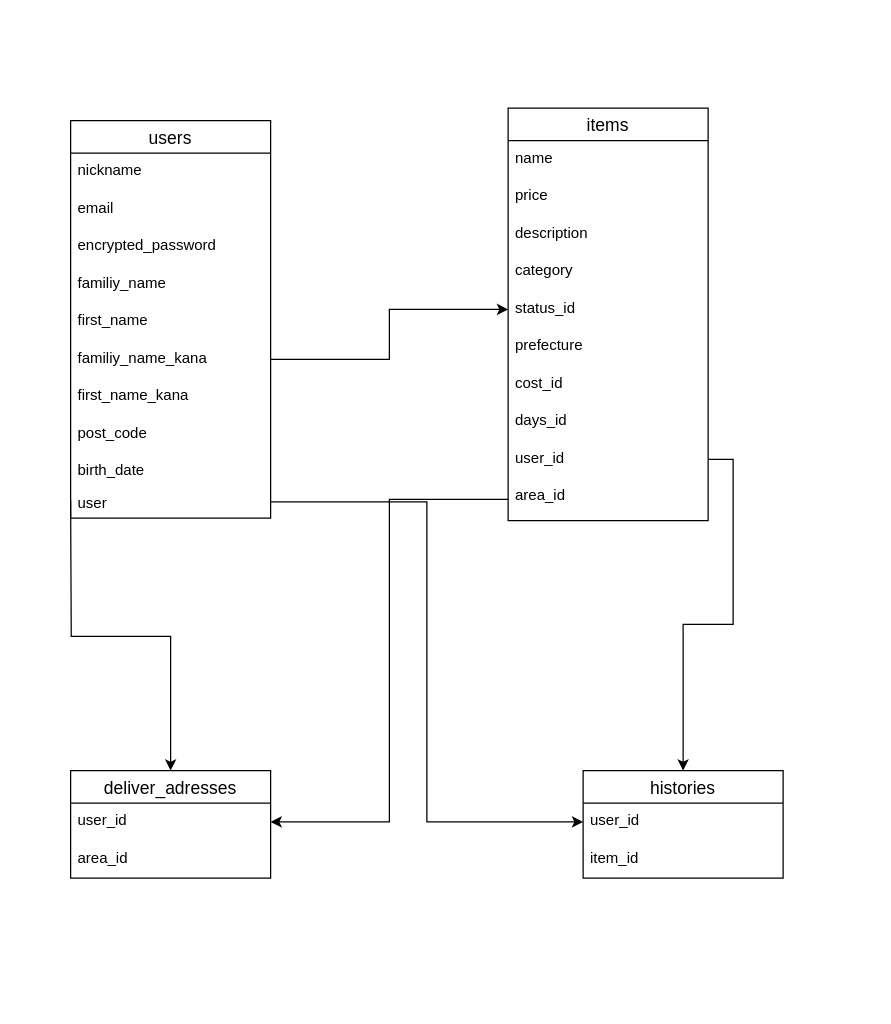
Above: furima.dio in aki1239/furima-35563 (draw.io), before the change. Source tidied: cells renumbered, new cells numbered last; positions are measured from the earlier drawing's top-left corner, leaving out a move shared by most shapes. Both pictures are drawn from the tidied source at 125%, with x=0, y=0 at pixel (70, 108).
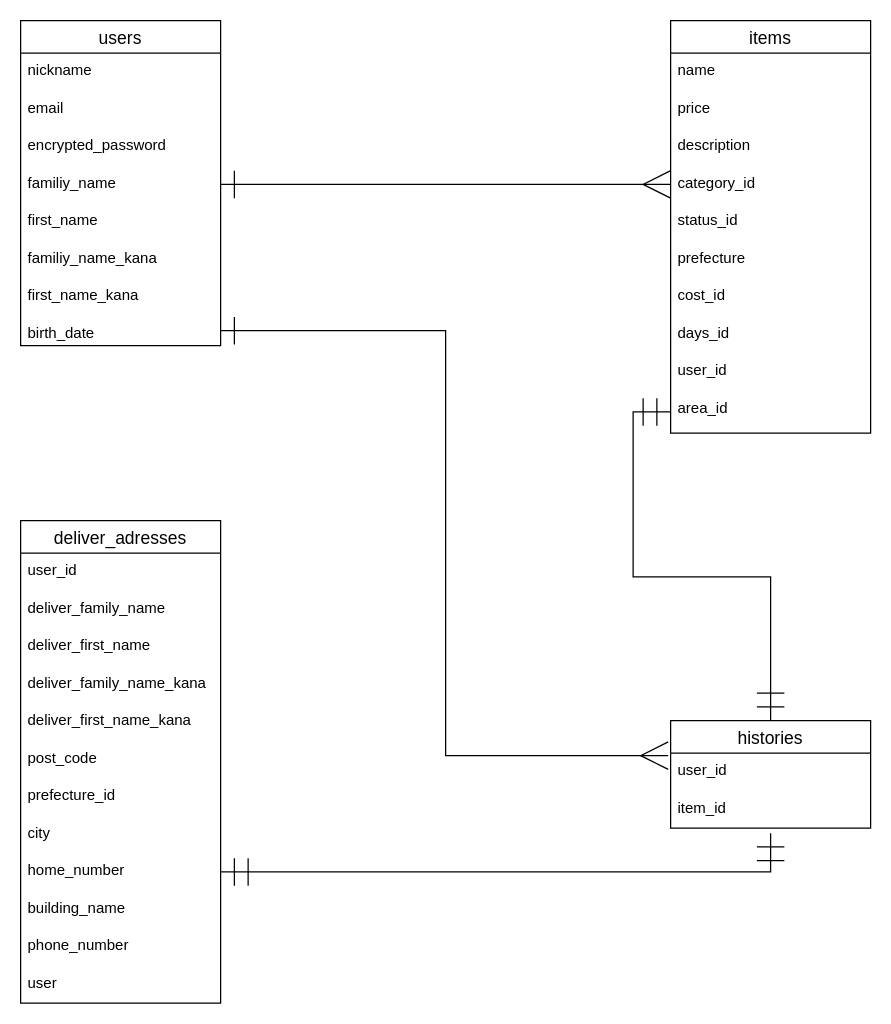
After the change.

Unchanged cells that the change refers to:
```xml
<mxCell id="6" value="familiy_name" style="text;strokeColor=none;fillColor=none;spacingLeft=4;spacingRight=4;overflow=hidden;points=[[0,0.5],[1,0.5]];portConstraint=eastwest;fontSize=12;" parent="2" vertex="1">
  <mxGeometry y="116" width="160" height="30" as="geometry" />
</mxCell>
<mxCell id="8" value="familiy_name_kana" style="text;strokeColor=none;fillColor=none;spacingLeft=4;spacingRight=4;overflow=hidden;points=[[0,0.5],[1,0.5]];portConstraint=eastwest;fontSize=12;" parent="2" vertex="1">
  <mxGeometry y="176" width="160" height="30" as="geometry" />
</mxCell>
<mxCell id="18" value="status_id" style="text;strokeColor=none;fillColor=none;spacingLeft=4;spacingRight=4;overflow=hidden;points=[[0,0.5],[1,0.5]];portConstraint=eastwest;fontSize=12;" parent="13" vertex="1">
  <mxGeometry y="146" width="160" height="30" as="geometry" />
</mxCell>
<mxCell id="22" value="user_id" style="text;strokeColor=none;fillColor=none;spacingLeft=4;spacingRight=4;overflow=hidden;points=[[0,0.5],[1,0.5]];portConstraint=eastwest;fontSize=12;" parent="13" vertex="1">
  <mxGeometry y="266" width="160" height="30" as="geometry" />
</mxCell>
<mxCell id="23" value="area_id" style="text;strokeColor=none;fillColor=none;spacingLeft=4;spacingRight=4;overflow=hidden;points=[[0,0.5],[1,0.5]];portConstraint=eastwest;fontSize=12;" parent="13" vertex="1">
  <mxGeometry y="296" width="160" height="34" as="geometry" />
</mxCell>
<mxCell id="26" value="user_id" style="text;strokeColor=none;fillColor=none;spacingLeft=4;spacingRight=4;overflow=hidden;points=[[0,0.5],[1,0.5]];portConstraint=eastwest;fontSize=12;" parent="25" vertex="1">
  <mxGeometry y="26" width="160" height="30" as="geometry" />
</mxCell>
<mxCell id="30" value="user_id" style="text;strokeColor=none;fillColor=none;spacingLeft=4;spacingRight=4;overflow=hidden;points=[[0,0.5],[1,0.5]];portConstraint=eastwest;fontSize=12;" parent="29" vertex="1">
  <mxGeometry y="26" width="160" height="30" as="geometry" />
</mxCell>
```

Change to the diagram source:
```diff
@@
     <mxCell id="2" value="users" style="swimlane;fontStyle=0;horizontal=1;startSize=26;align=center;fontSize=14;" parent="1" vertex="1">
-      <mxGeometry y="10" width="160" height="318" as="geometry" />
+      <mxGeometry x="-40" y="-70" width="160" height="260" as="geometry" />
     </mxCell>
@@
-    <mxCell id="10" value="post_code" style="text;strokeColor=none;fillColor=none;spacingLeft=4;spacingRight=4;overflow=hidden;fontSize=12;" parent="2" vertex="1">
-      <mxGeometry y="236" width="160" height="30" as="geometry" />
-    </mxCell>
     <mxCell id="11" value="birth_date" style="text;strokeColor=none;fillColor=none;spacingLeft=4;spacingRight=4;overflow=hidden;points=[[0,0.5],[1,0.5]];portConstraint=eastwest;fontSize=12;" parent="2" vertex="1">
-      <mxGeometry y="266" width="160" height="26" as="geometry" />
+      <mxGeometry y="236" width="160" height="24" as="geometry" />
     </mxCell>
-    <mxCell id="12" value="user" style="text;strokeColor=none;fillColor=none;spacingLeft=4;spacingRight=4;overflow=hidden;points=[[0,0.5],[1,0.5]];portConstraint=eastwest;fontSize=12;" parent="2" vertex="1">
-      <mxGeometry y="292" width="160" height="26" as="geometry" />
-    </mxCell>
     <mxCell id="13" value="items" style="swimlane;fontStyle=0;horizontal=1;startSize=26;align=center;fontSize=14;" parent="1" vertex="1">
-      <mxGeometry x="350" width="160" height="330" as="geometry" />
+      <mxGeometry x="480" y="-70" width="160" height="330" as="geometry" />
     </mxCell>
@@
-    <mxCell id="17" value="category" style="text;strokeColor=none;fillColor=none;spacingLeft=4;spacingRight=4;overflow=hidden;points=[[0,0.5],[1,0.5]];portConstraint=eastwest;fontSize=12;" parent="13" vertex="1">
+    <mxCell id="17" value="category_id" style="text;strokeColor=none;fillColor=none;spacingLeft=4;spacingRight=4;overflow=hidden;points=[[0,0.5],[1,0.5]];portConstraint=eastwest;fontSize=12;" parent="13" vertex="1">
       <mxGeometry y="116" width="160" height="30" as="geometry" />
     </mxCell>
@@
-    <mxCell id="24" style="edgeStyle=orthogonalEdgeStyle;rounded=0;jettySize=auto;html=1;entryX=0;entryY=0.5;entryDx=0;entryDy=0;" parent="1" edge="1" source="8" target="18">
-      <mxGeometry relative="1" as="geometry" />
-    </mxCell>
     <mxCell id="25" value="deliver_adresses" style="swimlane;fontStyle=0;horizontal=1;startSize=26;align=center;fontSize=14;" parent="1" vertex="1">
-      <mxGeometry y="530" width="160" height="86" as="geometry" />
+      <mxGeometry x="-40" y="330" width="160" height="386" as="geometry" />
     </mxCell>
@@
-    <mxCell id="27" value="area_id" style="text;strokeColor=none;fillColor=none;spacingLeft=4;spacingRight=4;overflow=hidden;fontSize=12;" parent="25" vertex="1">
+    <mxCell id="27" value="deliver_family_name" style="text;strokeColor=none;fillColor=none;spacingLeft=4;spacingRight=4;overflow=hidden;fontSize=12;" parent="25" vertex="1">
       <mxGeometry y="56" width="160" height="30" as="geometry" />
     </mxCell>
-    <mxCell id="28" style="edgeStyle=orthogonalEdgeStyle;rounded=0;jettySize=auto;html=1;entryX=0.5;entryY=0;entryDx=0;entryDy=0;" parent="1" edge="1" target="25">
-      <mxGeometry relative="1" as="geometry">
-        <mxPoint y="314" as="sourcePoint" />
-      </mxGeometry>
-    </mxCell>
+    <mxCell id="35" value="deliver_first_name " style="text;strokeColor=none;fillColor=none;spacingLeft=4;spacingRight=4;overflow=hidden;fontSize=12;" parent="25" vertex="1">
+      <mxGeometry y="86" width="160" height="30" as="geometry" />
+    </mxCell>
+    <mxCell id="36" value="deliver_family_name_kana" style="text;strokeColor=none;fillColor=none;spacingLeft=4;spacingRight=4;overflow=hidden;fontSize=12;" parent="25" vertex="1">
+      <mxGeometry y="116" width="160" height="30" as="geometry" />
+    </mxCell>
+    <mxCell id="37" value="deliver_first_name_kana " style="text;strokeColor=none;fillColor=none;spacingLeft=4;spacingRight=4;overflow=hidden;fontSize=12;" parent="25" vertex="1">
+      <mxGeometry y="146" width="160" height="30" as="geometry" />
+    </mxCell>
+    <mxCell id="10" value="post_code" style="text;strokeColor=none;fillColor=none;spacingLeft=4;spacingRight=4;overflow=hidden;fontSize=12;" parent="25" vertex="1">
+      <mxGeometry y="176" width="160" height="30" as="geometry" />
+    </mxCell>
+    <mxCell id="38" value="prefecture_id " style="text;strokeColor=none;fillColor=none;spacingLeft=4;spacingRight=4;overflow=hidden;fontSize=12;" parent="25" vertex="1">
+      <mxGeometry y="206" width="160" height="30" as="geometry" />
+    </mxCell>
+    <mxCell id="39" value="city &#10;" style="text;strokeColor=none;fillColor=none;spacingLeft=4;spacingRight=4;overflow=hidden;fontSize=12;" parent="25" vertex="1">
+      <mxGeometry y="236" width="160" height="30" as="geometry" />
+    </mxCell>
+    <mxCell id="40" value="home_number" style="text;strokeColor=none;fillColor=none;spacingLeft=4;spacingRight=4;overflow=hidden;points=[[0,0.5],[1,0.5]];portConstraint=eastwest;fontSize=12;" parent="25" vertex="1">
+      <mxGeometry y="266" width="160" height="30" as="geometry" />
+    </mxCell>
+    <mxCell id="41" value="building_name &#10;" style="text;strokeColor=none;fillColor=none;spacingLeft=4;spacingRight=4;overflow=hidden;fontSize=12;" parent="25" vertex="1">
+      <mxGeometry y="296" width="160" height="30" as="geometry" />
+    </mxCell>
+    <mxCell id="42" value="phone_number" style="text;strokeColor=none;fillColor=none;spacingLeft=4;spacingRight=4;overflow=hidden;fontSize=12;" parent="25" vertex="1">
+      <mxGeometry y="326" width="160" height="30" as="geometry" />
+    </mxCell>
+    <mxCell id="12" value="user" style="text;strokeColor=none;fillColor=none;spacingLeft=4;spacingRight=4;overflow=hidden;points=[[0,0.5],[1,0.5]];portConstraint=eastwest;fontSize=12;" parent="25" vertex="1">
+      <mxGeometry y="356" width="160" height="30" as="geometry" />
+    </mxCell>
     <mxCell id="29" value="histories" style="swimlane;fontStyle=0;horizontal=1;startSize=26;align=center;fontSize=14;" parent="1" vertex="1">
-      <mxGeometry x="410" y="530" width="160" height="86" as="geometry" />
+      <mxGeometry x="480" y="490" width="160" height="86" as="geometry" />
     </mxCell>
@@
-    <mxCell id="32" style="edgeStyle=orthogonalEdgeStyle;rounded=0;jettySize=auto;html=1;" parent="1" edge="1" source="22" target="29">
-      <mxGeometry relative="1" as="geometry" />
-    </mxCell>
-    <mxCell id="33" style="edgeStyle=orthogonalEdgeStyle;rounded=0;jettySize=auto;html=1;entryX=0;entryY=0.5;entryDx=0;entryDy=0;" parent="1" edge="1" source="12" target="30">
-      <mxGeometry relative="1" as="geometry" />
-    </mxCell>
-    <mxCell id="34" style="edgeStyle=orthogonalEdgeStyle;rounded=0;jettySize=auto;html=1;entryX=1;entryY=0.5;entryDx=0;entryDy=0;" parent="1" edge="1" source="23" target="26">
-      <mxGeometry relative="1" as="geometry" />
-    </mxCell>
+    <mxCell id="43" style="edgeStyle=orthogonalEdgeStyle;rounded=0;jettySize=auto;html=1;entryX=0;entryY=0.5;entryDx=0;entryDy=0;endArrow=ERmany;endFill=0;startArrow=ERone;startFill=0;endSize=20;startSize=20;" parent="1" edge="1" source="6" target="17">
+      <mxGeometry relative="1" as="geometry" />
+    </mxCell>
+    <mxCell id="44" style="edgeStyle=orthogonalEdgeStyle;rounded=0;jettySize=auto;html=1;entryX=0.5;entryY=0;entryDx=0;entryDy=0;startArrow=ERmandOne;startFill=0;startSize=20;endArrow=ERmandOne;endFill=0;endSize=20;" parent="1" edge="1" source="23" target="29">
+      <mxGeometry relative="1" as="geometry" />
+    </mxCell>
+    <mxCell id="45" style="edgeStyle=orthogonalEdgeStyle;rounded=0;jettySize=auto;html=1;startArrow=ERmandOne;startFill=0;startSize=20;endArrow=ERmandOne;endFill=0;endSize=20;entryX=1;entryY=0.5;entryDx=0;entryDy=0;" parent="1" edge="1" target="40">
+      <mxGeometry relative="1" as="geometry">
+        <mxPoint x="560" y="580" as="sourcePoint" />
+        <Array as="points">
+          <mxPoint x="560" y="611" />
+        </Array>
+      </mxGeometry>
+    </mxCell>
+    <mxCell id="46" style="edgeStyle=orthogonalEdgeStyle;rounded=0;jettySize=auto;html=1;entryX=-0.012;entryY=0.067;entryDx=0;entryDy=0;entryPerimeter=0;startArrow=ERone;startFill=0;startSize=20;endArrow=ERmany;endFill=0;endSize=20;" parent="1" edge="1" source="11" target="30">
+      <mxGeometry relative="1" as="geometry" />
+    </mxCell>
```
